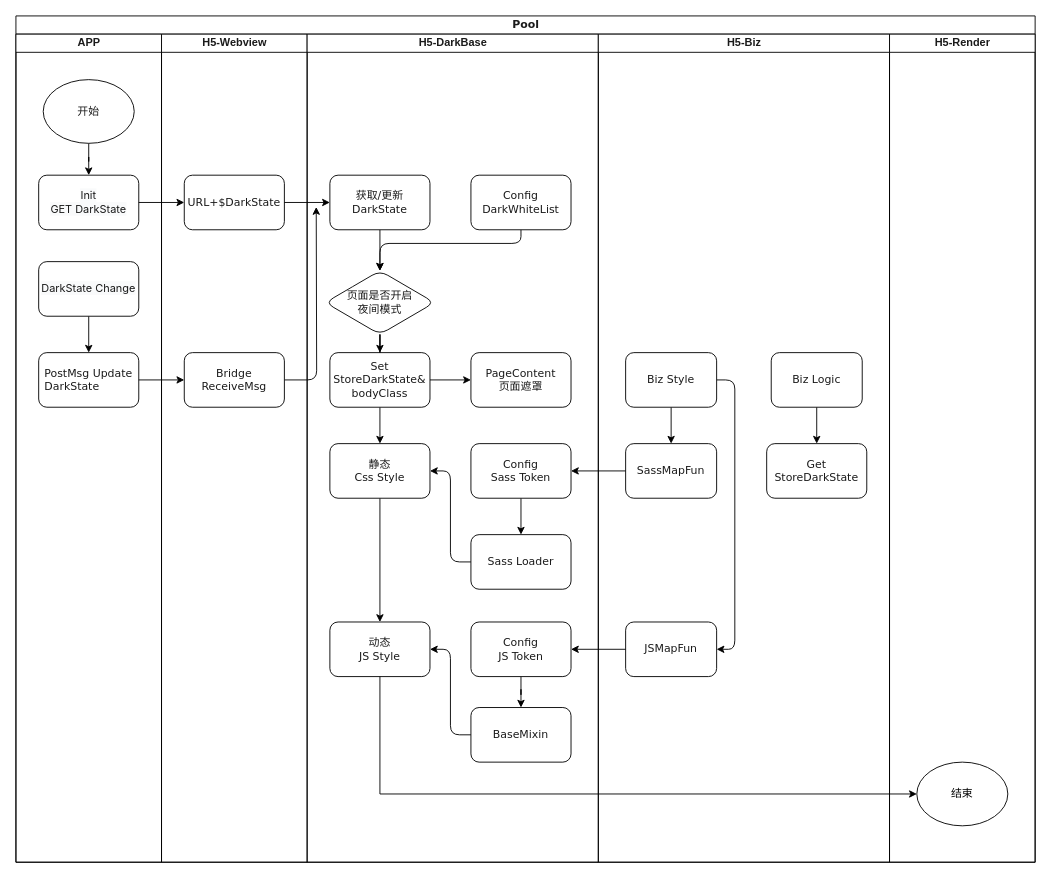
xkh/DrawIO keeps this draw.io diagram as DarkFlow.drawio. Above is the earlier version. Source tidied: cells renumbered, new cells numbered last; positions are measured from the earlier drawing's top-left corner, leaving out a move shared by most shapes. Both pictures are drawn from the tidied source at 91%, with x=0, y=0 at pixel (15, 15).
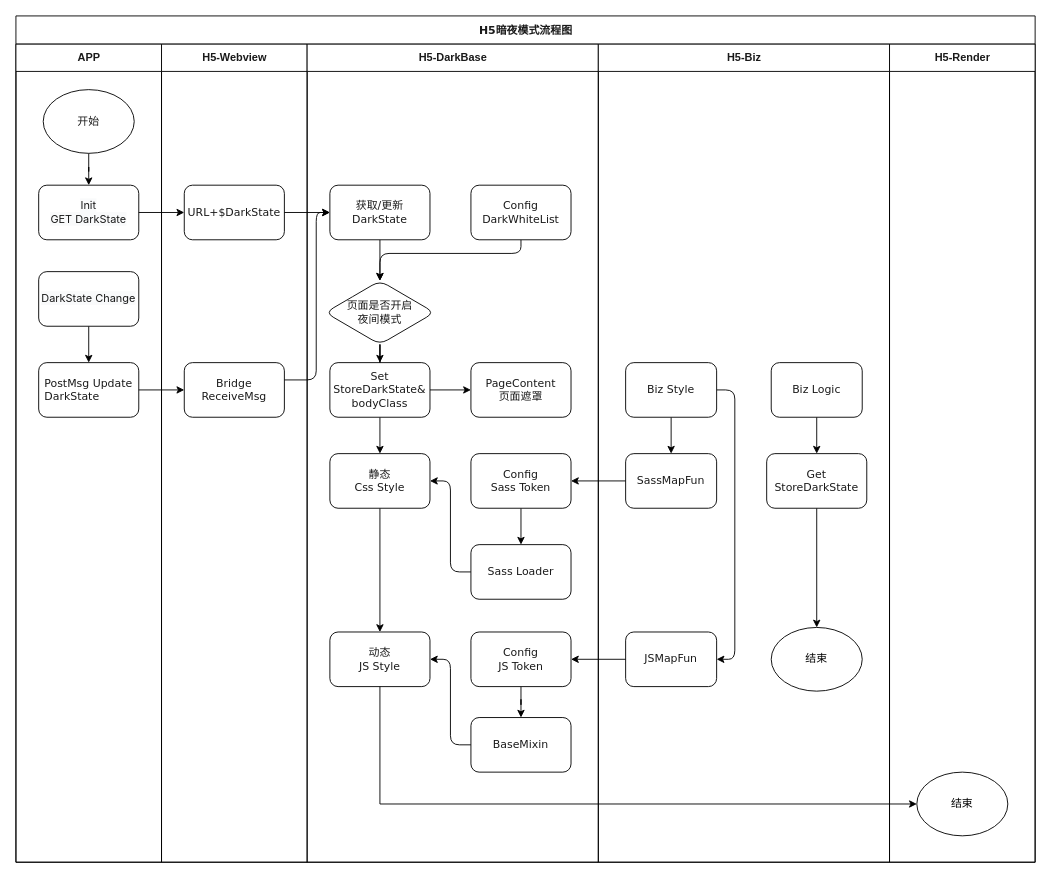
Above is the later version.

The change refers to these unchanged cells:
```xml
<mxCell id="13" value="Bridge ReceiveMsg" style="rounded=1;whiteSpace=wrap;html=1;shadow=0;labelBackgroundColor=none;strokeWidth=1;fontFamily=Verdana;fontSize=12;align=center;fontColor=#1A1A1A;" parent="10" vertex="1">
  <mxGeometry x="25" y="350" width="110" height="60" as="geometry" />
</mxCell>
<mxCell id="16" value="获取/更新DarkState" style="rounded=1;whiteSpace=wrap;html=1;shadow=0;labelBackgroundColor=none;strokeWidth=1;fontFamily=Verdana;fontSize=12;align=center;fontColor=#1A1A1A;" parent="14" vertex="1">
  <mxGeometry x="25" y="155" width="110" height="60" as="geometry" />
</mxCell>
<mxCell id="44" value="&lt;div&gt;Get&lt;/div&gt;StoreDarkState" style="rounded=1;whiteSpace=wrap;html=1;shadow=0;labelBackgroundColor=none;strokeWidth=1;fontFamily=Verdana;fontSize=12;align=center;fontColor=#1A1A1A;" parent="36" vertex="1">
  <mxGeometry x="185" y="450" width="110" height="60" as="geometry" />
</mxCell>
```

Diff of the diagram source:
```diff
@@
-    <mxCell id="2" value="Pool" style="swimlane;html=1;startSize=20;rounded=0;shadow=0;labelBackgroundColor=none;strokeWidth=1;fontFamily=Verdana;fontSize=12;align=center;fontColor=#1A1A1A;" parent="1" vertex="1">
+    <mxCell id="2" value="H5暗夜模式流程图" style="swimlane;html=1;startSize=31;rounded=0;shadow=0;labelBackgroundColor=none;strokeWidth=1;fontFamily=Verdana;fontSize=12;align=center;fontColor=#1A1A1A;" parent="1" vertex="1">
       <mxGeometry width="1120" height="930" as="geometry" />
     </mxCell>
-    <mxCell id="3" value="APP" style="swimlane;html=1;startSize=20;fontSize=12;fontColor=#1A1A1A;" parent="2" vertex="1">
-      <mxGeometry y="20" width="160" height="910" as="geometry" />
+    <mxCell id="3" value="APP" style="swimlane;html=1;startSize=30;fontSize=12;fontColor=#1A1A1A;" parent="2" vertex="1">
+      <mxGeometry y="31" width="160" height="899" as="geometry" />
     </mxCell>
@@
-    <mxCell id="10" value="H5-Webview" style="swimlane;html=1;startSize=20;fontSize=12;fontColor=#1A1A1A;" parent="2" vertex="1">
-      <mxGeometry x="160" y="20" width="160" height="910" as="geometry" />
+    <mxCell id="10" value="H5-Webview" style="swimlane;html=1;startSize=30;fontSize=12;fontColor=#1A1A1A;" parent="2" vertex="1">
+      <mxGeometry x="160" y="31" width="160" height="899" as="geometry" />
     </mxCell>
@@
-    <mxCell id="12" style="edgeStyle=orthogonalEdgeStyle;rounded=1;jettySize=auto;html=1;curved=0;" parent="10" edge="1" source="13">
-      <mxGeometry relative="1" as="geometry">
-        <mxPoint x="170" y="190" as="targetPoint" />
-      </mxGeometry>
-    </mxCell>
@@
-    <mxCell id="14" value="H5-DarkBase" style="swimlane;html=1;startSize=20;fontSize=12;fontColor=#1A1A1A;" parent="2" vertex="1">
-      <mxGeometry x="320" y="20" width="320" height="910" as="geometry" />
+    <mxCell id="14" value="H5-DarkBase" style="swimlane;html=1;startSize=30;fontSize=12;fontColor=#1A1A1A;" parent="2" vertex="1">
+      <mxGeometry x="320" y="31" width="320" height="899" as="geometry" />
     </mxCell>
@@
-    <mxCell id="36" value="H5-Biz" style="swimlane;html=1;startSize=20;fontSize=12;fontColor=#1A1A1A;" parent="2" vertex="1">
-      <mxGeometry x="640" y="20" width="320" height="910" as="geometry" />
+    <mxCell id="36" value="H5-Biz" style="swimlane;html=1;startSize=30;fontSize=12;fontColor=#1A1A1A;" parent="2" vertex="1">
+      <mxGeometry x="640" y="31" width="320" height="899" as="geometry" />
     </mxCell>
@@
+    <mxCell id="53" style="edgeStyle=orthogonalEdgeStyle;rounded=0;jettySize=auto;html=1;" parent="36" edge="1" source="44" target="54">
+      <mxGeometry relative="1" as="geometry" />
+    </mxCell>
@@
+    <mxCell id="54" value="结束" style="ellipse;whiteSpace=wrap;html=1;" parent="36" vertex="1">
+      <mxGeometry x="190" y="641" width="100" height="70" as="geometry" />
+    </mxCell>
-    <mxCell id="45" value="H5-Render" style="swimlane;html=1;startSize=20;fontSize=12;fontColor=#1A1A1A;" parent="2" vertex="1">
-      <mxGeometry x="960" y="20" width="160" height="910" as="geometry" />
+    <mxCell id="45" value="H5-Render" style="swimlane;html=1;startSize=30;fontSize=12;fontColor=#1A1A1A;" parent="2" vertex="1">
+      <mxGeometry x="960" y="31" width="160" height="899" as="geometry" />
     </mxCell>
@@
+    <mxCell id="12" style="edgeStyle=orthogonalEdgeStyle;rounded=1;jettySize=auto;html=1;curved=0;entryX=0;entryY=0.5;entryDx=0;entryDy=0;" parent="2" edge="1" source="13" target="16">
+      <mxGeometry relative="1" as="geometry">
+        <Array as="points">
+          <mxPoint x="330" y="400" />
+          <mxPoint x="330" y="216" />
+        </Array>
+      </mxGeometry>
+    </mxCell>
```
